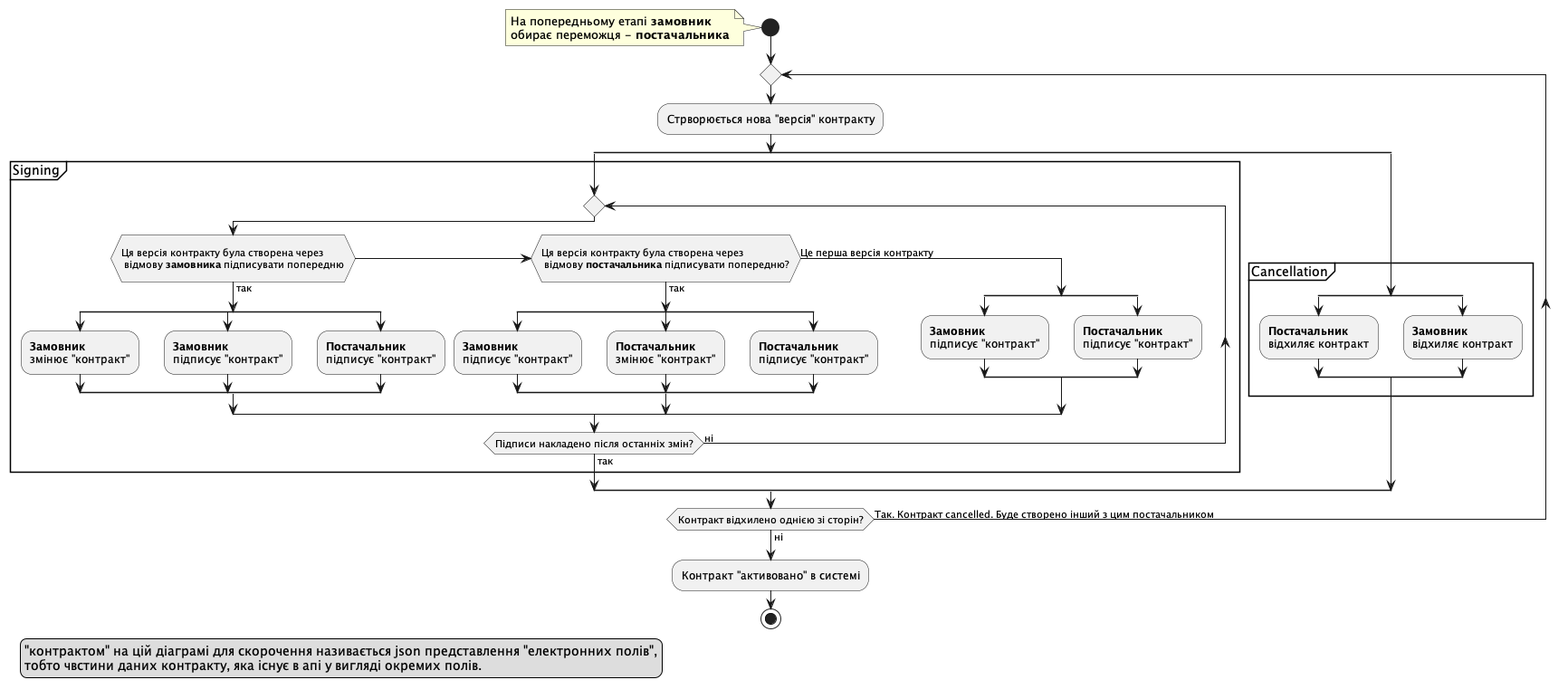
This is docs/source/features/img/e_contract_signing/activity.png from ProzorroUKR/openprocurement.api, a PlantUML export, as it was before one commit.
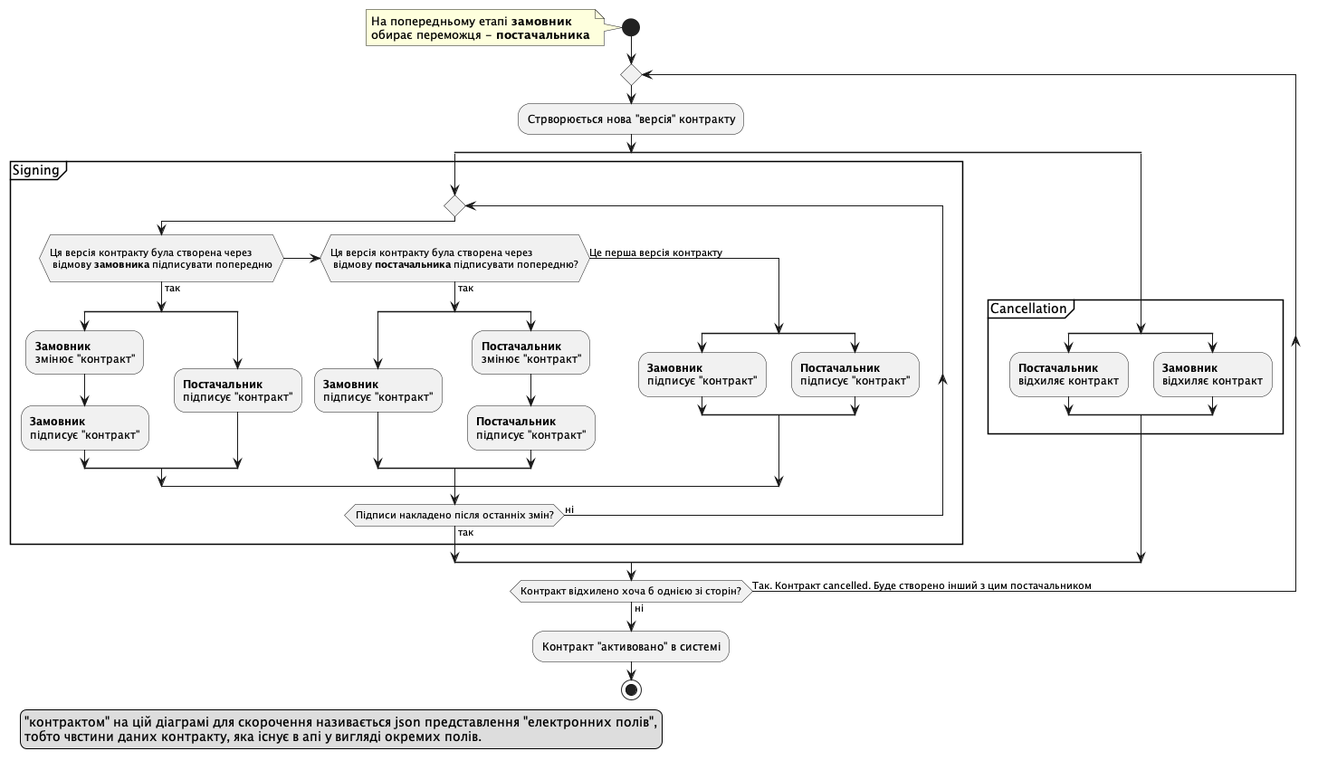
Later version of the same file.

Change to the diagram source:
```diff
@@ -19,7 +19,6 @@
             if (\nЦя версія контракту була створена через\n відмову **замовника** підписувати попередню\n) then (так)
                 split
                     :**Замовник** \nзмінює "контракт";
-                split again
                     :**Замовник** \nпідписує "контракт";
                 split again
                     :**Постачальник** \nпідписує "контракт";
@@ -29,7 +28,6 @@
                     :**Замовник** \nпідписує "контракт";
                 split again
                     :**Постачальник** \nзмінює "контракт";
-                split again
                     :**Постачальник** \nпідписує "контракт";
                 end split
             else (Це перша версія контракту)
@@ -55,7 +53,7 @@
 
 
 
-repeat while (Контракт відхилено однією зі сторін?) is (Так. Контракт cancelled. Буде створено інший з цим постачальником) not (ні);
+repeat while (Контракт відхилено хоча б однією зі сторін?) is (Так. Контракт cancelled. Буде створено інший з цим постачальником) not (ні);
 
 
 :Контракт "активовано" в системі;
@@ -70,7 +68,4 @@
 
 
 
-
-
-
 @enduml
```
